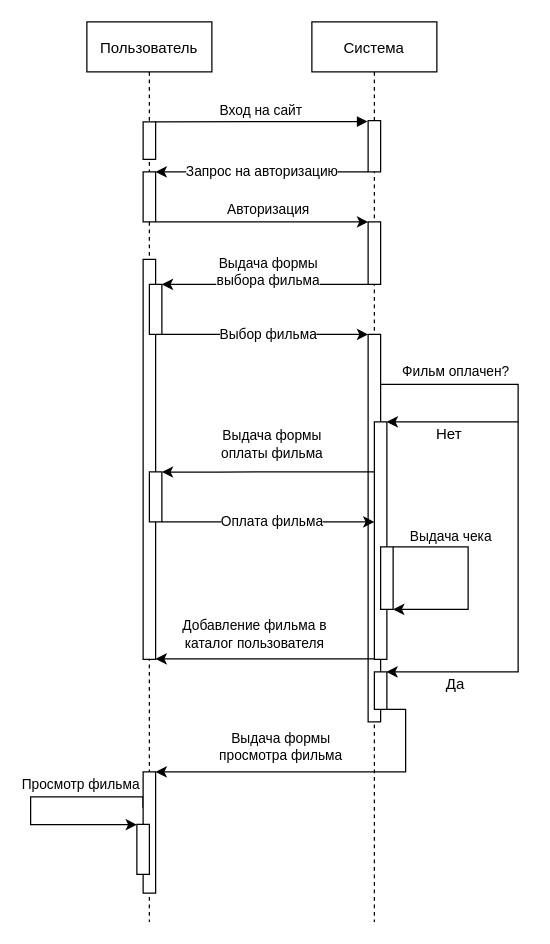
This is Лаба_2/Файлы для редактирования диаграмм/Диаграмма последовательности.drawio from javantlang/IKINO, a draw.io file, before an edit. Source tidied: cells renumbered, new cells numbered last; positions are measured from the earlier drawing's top-left corner, leaving out a move shared by most shapes. Both pictures are drawn from the tidied source at 125%, with x=0, y=0 at pixel (30, 21).
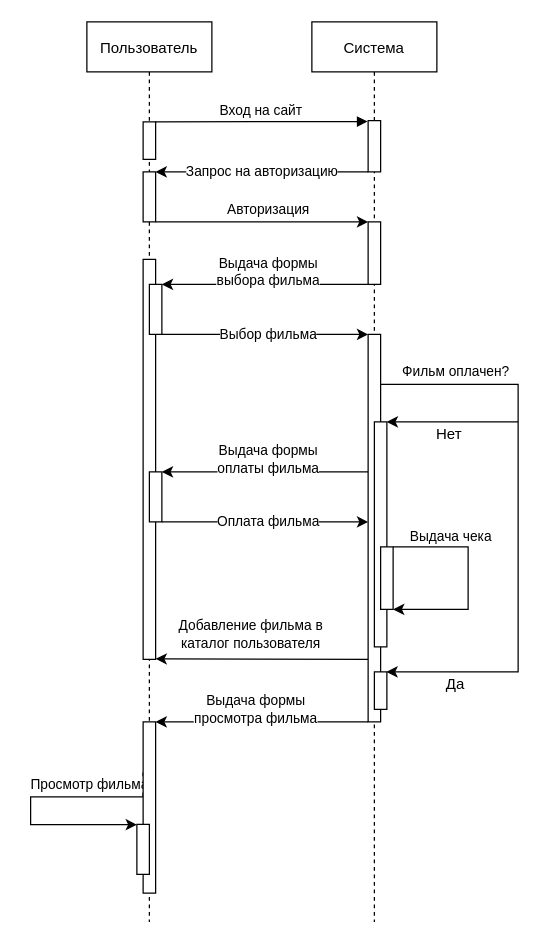
The same page after the edit.

Commit message (it also covers changes not shown here):
Перемещение стрелочек

перемещены стрелочки в диаграмме последовательности

The change refers to these unchanged cells:
```xml
<mxCell id="7" style="points=[];perimeter=orthogonalPerimeter;rounded=0;shadow=0;strokeWidth=1;" parent="2" vertex="1">
  <mxGeometry x="50" y="360" width="10" height="40" as="geometry" />
</mxCell>
<mxCell id="8" value="Система" style="shape=umlLifeline;perimeter=lifelinePerimeter;rounded=0;shadow=0;strokeWidth=1;" parent="1" vertex="1">
  <mxGeometry x="225" width="100" height="720" as="geometry" />
</mxCell>
<mxCell id="12" style="points=[];perimeter=orthogonalPerimeter;rounded=0;shadow=0;strokeWidth=1;" parent="8" vertex="1">
  <mxGeometry x="45" y="250" width="10" height="310" as="geometry" />
</mxCell>
```

Diff of the diagram source:
```diff
@@
     <mxCell id="13" style="points=[];perimeter=orthogonalPerimeter;rounded=0;shadow=0;strokeWidth=1;" parent="8" vertex="1">
-      <mxGeometry x="50" y="320" width="10" height="190" as="geometry" />
+      <mxGeometry x="50" y="320" width="10" height="180" as="geometry" />
     </mxCell>
@@
-    <mxCell id="24" value="Выдача формы&lt;br&gt;оплаты фильма" style="edgeStyle=orthogonalEdgeStyle;rounded=0;jettySize=auto;html=1;exitX=-0.003;exitY=0.211;exitDx=0;exitDy=0;exitPerimeter=0;" parent="1" edge="1" source="13" target="7">
-      <mxGeometry x="-0.03" y="-22" relative="1" as="geometry">
+    <mxCell id="24" value="Выдача формы&lt;br&gt;оплаты фильма" style="edgeStyle=orthogonalEdgeStyle;rounded=0;jettySize=auto;html=1;" parent="1" edge="1" target="7">
+      <mxGeometry x="-0.03" y="-10" relative="1" as="geometry">
+        <mxPoint x="270" y="360" as="sourcePoint" />
         <Array as="points">
           <mxPoint x="150" y="360" />
           <mxPoint x="150" y="360" />
         </Array>
       </mxGeometry>
     </mxCell>
     <mxCell id="25" value="Оплата фильма" style="edgeStyle=orthogonalEdgeStyle;rounded=0;jettySize=auto;html=1;exitX=1;exitY=1;exitDx=0;exitDy=0;exitPerimeter=0;" parent="1" edge="1" source="7">
       <mxGeometry x="0.03" relative="1" as="geometry">
-        <mxPoint x="275" y="400" as="targetPoint" />
+        <mxPoint x="270" y="400" as="targetPoint" />
         <Array as="points">
           <mxPoint x="150" y="400" />
           <mxPoint x="150" y="400" />
         </Array>
       </mxGeometry>
     </mxCell>
-    <mxCell id="26" value="Добавление фильма в&lt;br&gt;каталог пользователя" style="edgeStyle=orthogonalEdgeStyle;rounded=0;orthogonalLoop=1;jettySize=auto;html=1;exitX=0.003;exitY=0.998;exitDx=0;exitDy=0;exitPerimeter=0;" parent="1" edge="1">
+    <mxCell id="26" value="Добавление фильма в&lt;br&gt;каталог пользователя" style="edgeStyle=orthogonalEdgeStyle;rounded=0;orthogonalLoop=1;jettySize=auto;html=1;" parent="1" edge="1">
       <mxGeometry x="0.1" y="-20" relative="1" as="geometry">
-        <mxPoint x="275" y="509.6" as="sourcePoint" />
+        <mxPoint x="270" y="510" as="sourcePoint" />
         <mxPoint x="100" y="509.6" as="targetPoint" />
         <Array as="points">
           <mxPoint x="270" y="510" />
           <mxPoint x="270" y="510" />
         </Array>
       </mxGeometry>
     </mxCell>
@@
     <mxCell id="28" style="points=[];perimeter=orthogonalPerimeter;rounded=0;shadow=0;strokeWidth=1;" parent="1" vertex="1">
-      <mxGeometry x="90" y="600" width="10" height="97" as="geometry" />
+      <mxGeometry x="90" y="560" width="10" height="137" as="geometry" />
     </mxCell>
@@
-    <mxCell id="30" value="Выдача формы&lt;br&gt;просмотра фильма" style="edgeStyle=orthogonalEdgeStyle;rounded=0;jettySize=auto;html=1;entryX=1;entryY=0;entryDx=0;entryDy=0;entryPerimeter=0;" parent="1" edge="1" target="28">
-      <mxGeometry x="0.26" y="-20" relative="1" as="geometry">
-        <mxPoint x="290" y="550" as="sourcePoint" />
+    <mxCell id="30" value="Выдача формы&lt;br&gt;просмотра фильма" style="edgeStyle=orthogonalEdgeStyle;rounded=0;jettySize=auto;html=1;entryX=1;entryY=0;entryDx=0;entryDy=0;entryPerimeter=0;exitX=0;exitY=1;exitDx=0;exitDy=0;exitPerimeter=0;" parent="1" edge="1" source="12" target="28">
+      <mxGeometry x="0.06" y="-10" relative="1" as="geometry">
         <Array as="points">
-          <mxPoint x="285" y="550" />
-          <mxPoint x="300" y="550" />
-          <mxPoint x="300" y="600" />
+          <mxPoint x="180" y="560" />
+          <mxPoint x="180" y="560" />
         </Array>
       </mxGeometry>
     </mxCell>
```
